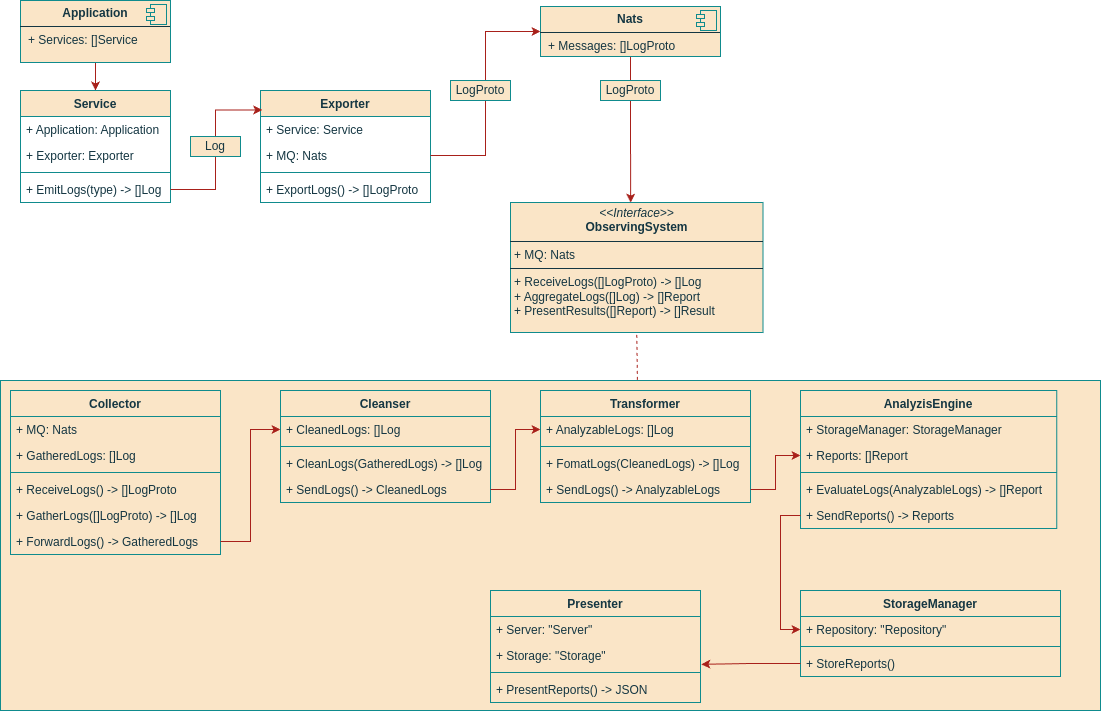
Above: general/mvps/mvp_v1/diagrs/logical_view.png in John321Blacksmith/knowledge_base (draw.io), before the change. Source tidied: cells renumbered, new cells last; positions are measured from the earlier drawing's top-left corner, leaving out a move shared by most shapes.
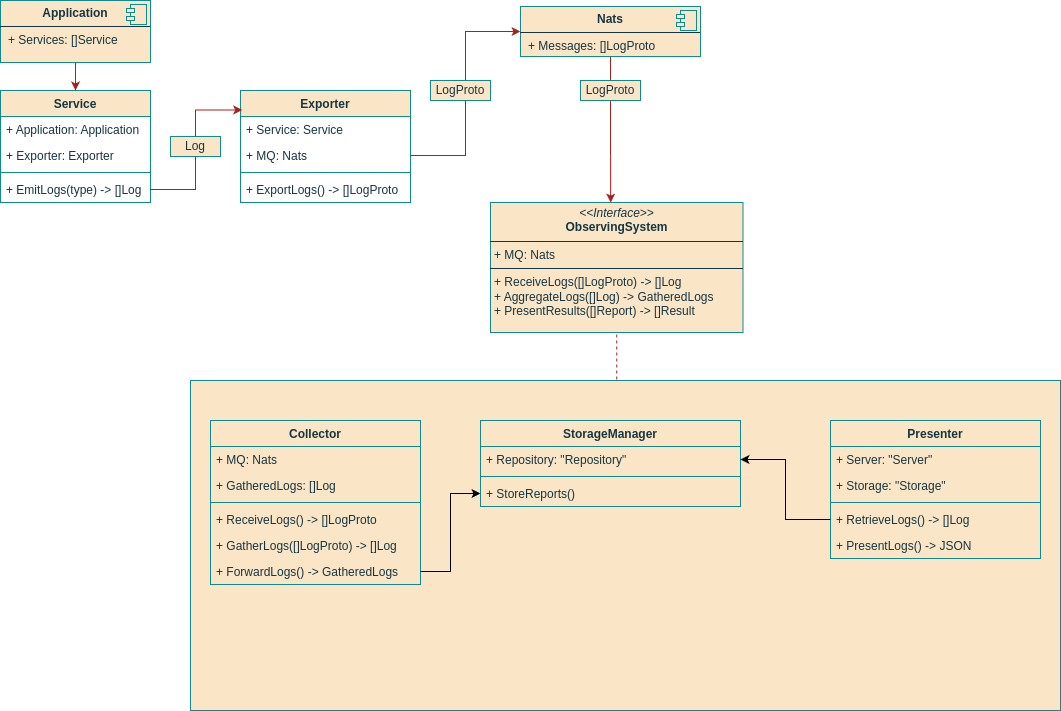
Later version of the same file.

Commit message:
feat: add logical view

What changed in the source:
```diff
@@ -3,7 +3,7 @@
     <mxCell id="0" />
     <mxCell id="1" parent="0" />
     <mxCell id="2" style="rounded=0;whiteSpace=wrap;html=1;labelBackgroundColor=none;fillColor=#FAE5C7;strokeColor=#0F8B8D;fontColor=#143642;" parent="1" vertex="1">
-      <mxGeometry y="380" width="1100" height="330" as="geometry" />
+      <mxGeometry x="210" y="380" width="870" height="330" as="geometry" />
     </mxCell>
     <mxCell id="3" style="edgeStyle=orthogonalEdgeStyle;rounded=0;jettySize=auto;html=1;entryX=0.5;entryY=0;entryDx=0;entryDy=0;labelBackgroundColor=none;strokeColor=#A8201A;fontColor=default;" parent="1" edge="1" source="4" target="6">
       <mxGeometry relative="1" as="geometry" />
@@ -72,26 +72,11 @@
     <mxCell id="23" value="LogProto" style="html=1;whiteSpace=wrap;labelBackgroundColor=none;fillColor=#FAE5C7;strokeColor=#0F8B8D;fontColor=#143642;" parent="1" vertex="1">
       <mxGeometry x="600" y="80" width="60" height="20" as="geometry" />
     </mxCell>
-    <mxCell id="24" value="&lt;p style=&quot;margin:0px;margin-top:4px;text-align:center;&quot;&gt;&lt;i&gt;&amp;lt;&amp;lt;Interface&amp;gt;&amp;gt;&lt;/i&gt;&lt;br&gt;&lt;b&gt;ObservingSystem&lt;/b&gt;&lt;/p&gt;&lt;hr size=&quot;1&quot; style=&quot;border-style:solid;&quot;&gt;&lt;p style=&quot;margin:0px;margin-left:4px;&quot;&gt;+ MQ: Nats&lt;br&gt;&lt;/p&gt;&lt;hr size=&quot;1&quot; style=&quot;border-style:solid;&quot;&gt;&lt;p style=&quot;margin:0px;margin-left:4px;&quot;&gt;+ ReceiveLogs([]LogProto) -&amp;gt; []Log&lt;/p&gt;&lt;p style=&quot;margin:0px;margin-left:4px;&quot;&gt;+ AggregateLogs([]Log) -&amp;gt; []Report&lt;/p&gt;&lt;p style=&quot;margin:0px;margin-left:4px;&quot;&gt;+ PresentResults([]Report) -&amp;gt; []Result&lt;/p&gt;" style="verticalAlign=top;align=left;overflow=fill;html=1;whiteSpace=wrap;labelBackgroundColor=none;fillColor=#FAE5C7;strokeColor=#0F8B8D;fontColor=#143642;" parent="1" vertex="1">
+    <mxCell id="24" value="&lt;p style=&quot;margin:0px;margin-top:4px;text-align:center;&quot;&gt;&lt;i&gt;&amp;lt;&amp;lt;Interface&amp;gt;&amp;gt;&lt;/i&gt;&lt;br&gt;&lt;b&gt;ObservingSystem&lt;/b&gt;&lt;/p&gt;&lt;hr size=&quot;1&quot; style=&quot;border-style:solid;&quot;&gt;&lt;p style=&quot;margin:0px;margin-left:4px;&quot;&gt;+ MQ: Nats&lt;br&gt;&lt;/p&gt;&lt;hr size=&quot;1&quot; style=&quot;border-style:solid;&quot;&gt;&lt;p style=&quot;margin:0px;margin-left:4px;&quot;&gt;+ ReceiveLogs([]LogProto) -&amp;gt; []Log&lt;/p&gt;&lt;p style=&quot;margin:0px;margin-left:4px;&quot;&gt;+ AggregateLogs([]Log) -&amp;gt; GatheredLogs&lt;/p&gt;&lt;p style=&quot;margin:0px;margin-left:4px;&quot;&gt;+ PresentResults([]Report) -&amp;gt; []Result&lt;/p&gt;" style="verticalAlign=top;align=left;overflow=fill;html=1;whiteSpace=wrap;labelBackgroundColor=none;fillColor=#FAE5C7;strokeColor=#0F8B8D;fontColor=#143642;" parent="1" vertex="1">
       <mxGeometry x="510" y="202" width="252.5" height="130" as="geometry" />
     </mxCell>
-    <mxCell id="25" value="Transformer" style="swimlane;fontStyle=1;align=center;verticalAlign=top;horizontal=1;startSize=26;whiteSpace=wrap;html=1;labelBackgroundColor=none;fillColor=#FAE5C7;strokeColor=#0F8B8D;fontColor=#143642;" parent="1" vertex="1">
-      <mxGeometry x="540" y="390" width="210" height="112" as="geometry" />
-    </mxCell>
-    <mxCell id="26" value="+ AnalyzableLogs: []Log" style="text;strokeColor=none;fillColor=none;align=left;verticalAlign=top;spacingLeft=4;spacingRight=4;overflow=hidden;points=[[0,0.5],[1,0.5]];portConstraint=eastwest;whiteSpace=wrap;html=1;labelBackgroundColor=none;fontColor=#143642;" parent="25" vertex="1">
-      <mxGeometry y="26" width="210" height="26" as="geometry" />
-    </mxCell>
-    <mxCell id="27" style="line;strokeWidth=1;fillColor=none;align=left;verticalAlign=middle;spacingTop=-1;spacingLeft=3;spacingRight=3;labelPosition=right;strokeColor=#0F8B8D;labelBackgroundColor=none;fontColor=#143642;" parent="25" vertex="1">
-      <mxGeometry y="52" width="210" height="8" as="geometry" />
-    </mxCell>
-    <mxCell id="28" value="+ FomatLogs(CleanedLogs) -&amp;gt; []Log" style="text;strokeColor=none;fillColor=none;align=left;verticalAlign=top;spacingLeft=4;spacingRight=4;overflow=hidden;whiteSpace=wrap;html=1;labelBackgroundColor=none;fontColor=#143642;" parent="25" vertex="1">
-      <mxGeometry y="60" width="210" height="26" as="geometry" />
-    </mxCell>
-    <mxCell id="29" value="+ SendLogs() -&amp;gt; AnalyzableLogs" style="text;strokeColor=none;fillColor=none;align=left;verticalAlign=top;spacingLeft=4;spacingRight=4;overflow=hidden;points=[[0,0.5],[1,0.5]];portConstraint=eastwest;whiteSpace=wrap;html=1;labelBackgroundColor=none;fontColor=#143642;" parent="25" vertex="1">
-      <mxGeometry y="86" width="210" height="26" as="geometry" />
-    </mxCell>
     <mxCell id="30" value="Presenter" style="swimlane;fontStyle=1;align=center;verticalAlign=top;horizontal=1;startSize=26;whiteSpace=wrap;html=1;labelBackgroundColor=none;fillColor=#FAE5C7;strokeColor=#0F8B8D;fontColor=#143642;" parent="1" vertex="1">
-      <mxGeometry x="490" y="590" width="210" height="112" as="geometry" />
+      <mxGeometry x="850" y="420" width="210" height="138" as="geometry" />
     </mxCell>
     <mxCell id="31" value="+ Server: &quot;Server&quot;" style="text;strokeColor=none;fillColor=none;align=left;verticalAlign=top;spacingLeft=4;spacingRight=4;overflow=hidden;whiteSpace=wrap;html=1;labelBackgroundColor=none;fontColor=#143642;" parent="30" vertex="1">
       <mxGeometry y="26" width="210" height="26" as="geometry" />
@@ -102,44 +87,14 @@
     <mxCell id="33" style="line;strokeWidth=1;fillColor=none;align=left;verticalAlign=middle;spacingTop=-1;spacingLeft=3;spacingRight=3;labelPosition=right;strokeColor=#0F8B8D;labelBackgroundColor=none;fontColor=#143642;" parent="30" vertex="1">
       <mxGeometry y="78" width="210" height="8" as="geometry" />
     </mxCell>
-    <mxCell id="34" value="+ PresentReports() -&amp;gt; JSON" style="text;strokeColor=none;fillColor=none;align=left;verticalAlign=top;spacingLeft=4;spacingRight=4;overflow=hidden;points=[[0,0.5],[1,0.5]];portConstraint=eastwest;whiteSpace=wrap;html=1;labelBackgroundColor=none;fontColor=#143642;" parent="30" vertex="1">
+    <mxCell id="34" value="+ RetrieveLogs() -&amp;gt; []Log" style="text;strokeColor=none;fillColor=none;align=left;verticalAlign=top;spacingLeft=4;spacingRight=4;overflow=hidden;points=[[0,0.5],[1,0.5]];portConstraint=eastwest;whiteSpace=wrap;html=1;labelBackgroundColor=none;fontColor=#143642;" parent="30" vertex="1">
       <mxGeometry y="86" width="210" height="26" as="geometry" />
     </mxCell>
-    <mxCell id="35" value="AnalyzisEngine" style="swimlane;fontStyle=1;align=center;verticalAlign=top;horizontal=1;startSize=26;whiteSpace=wrap;html=1;labelBackgroundColor=none;fillColor=#FAE5C7;strokeColor=#0F8B8D;fontColor=#143642;" parent="1" vertex="1">
-      <mxGeometry x="800" y="390" width="256.2" height="138" as="geometry" />
-    </mxCell>
-    <mxCell id="36" value="+ StorageManager: StorageManager" style="text;strokeColor=none;fillColor=none;align=left;verticalAlign=top;spacingLeft=4;spacingRight=4;overflow=hidden;whiteSpace=wrap;html=1;labelBackgroundColor=none;fontColor=#143642;" parent="35" vertex="1">
-      <mxGeometry y="26" width="256.2" height="26" as="geometry" />
-    </mxCell>
-    <mxCell id="37" value="+ Reports: []Report" style="text;strokeColor=none;fillColor=none;align=left;verticalAlign=top;spacingLeft=4;spacingRight=4;overflow=hidden;points=[[0,0.5],[1,0.5]];portConstraint=eastwest;whiteSpace=wrap;html=1;labelBackgroundColor=none;fontColor=#143642;" parent="35" vertex="1">
-      <mxGeometry y="52" width="256.2" height="26" as="geometry" />
-    </mxCell>
-    <mxCell id="38" style="line;strokeWidth=1;fillColor=none;align=left;verticalAlign=middle;spacingTop=-1;spacingLeft=3;spacingRight=3;labelPosition=right;strokeColor=#0F8B8D;labelBackgroundColor=none;fontColor=#143642;" parent="35" vertex="1">
-      <mxGeometry y="78" width="256.2" height="8" as="geometry" />
-    </mxCell>
-    <mxCell id="39" value="+ EvaluateLogs(AnalyzableLogs) -&amp;gt; []Report" style="text;strokeColor=none;fillColor=none;align=left;verticalAlign=top;spacingLeft=4;spacingRight=4;overflow=hidden;whiteSpace=wrap;html=1;labelBackgroundColor=none;fontColor=#143642;" parent="35" vertex="1">
-      <mxGeometry y="86" width="256.2" height="26" as="geometry" />
-    </mxCell>
-    <mxCell id="40" value="+ SendReports() -&amp;gt; Reports" style="text;strokeColor=none;fillColor=none;align=left;verticalAlign=top;spacingLeft=4;spacingRight=4;overflow=hidden;points=[[0,0.5],[1,0.5]];portConstraint=eastwest;whiteSpace=wrap;html=1;labelBackgroundColor=none;fontColor=#143642;" parent="35" vertex="1">
-      <mxGeometry y="112" width="256.2" height="26" as="geometry" />
-    </mxCell>
-    <mxCell id="41" value="Cleanser" style="swimlane;fontStyle=1;align=center;verticalAlign=top;horizontal=1;startSize=26;whiteSpace=wrap;html=1;labelBackgroundColor=none;fillColor=#FAE5C7;strokeColor=#0F8B8D;fontColor=#143642;" parent="1" vertex="1">
-      <mxGeometry x="280" y="390" width="210" height="112" as="geometry" />
-    </mxCell>
-    <mxCell id="42" value="+ CleanedLogs: []Log" style="text;strokeColor=none;fillColor=none;align=left;verticalAlign=top;spacingLeft=4;spacingRight=4;overflow=hidden;points=[[0,0.5],[1,0.5]];portConstraint=eastwest;whiteSpace=wrap;html=1;labelBackgroundColor=none;fontColor=#143642;" parent="41" vertex="1">
-      <mxGeometry y="26" width="210" height="26" as="geometry" />
-    </mxCell>
-    <mxCell id="43" style="line;strokeWidth=1;fillColor=none;align=left;verticalAlign=middle;spacingTop=-1;spacingLeft=3;spacingRight=3;labelPosition=right;strokeColor=#0F8B8D;labelBackgroundColor=none;fontColor=#143642;" parent="41" vertex="1">
-      <mxGeometry y="52" width="210" height="8" as="geometry" />
-    </mxCell>
-    <mxCell id="44" value="+ CleanLogs(GatheredLogs) -&amp;gt; []Log" style="text;strokeColor=none;fillColor=none;align=left;verticalAlign=top;spacingLeft=4;spacingRight=4;overflow=hidden;whiteSpace=wrap;html=1;labelBackgroundColor=none;fontColor=#143642;" parent="41" vertex="1">
-      <mxGeometry y="60" width="210" height="26" as="geometry" />
-    </mxCell>
-    <mxCell id="45" value="+ SendLogs() -&amp;gt; CleanedLogs" style="text;strokeColor=none;fillColor=none;align=left;verticalAlign=top;spacingLeft=4;spacingRight=4;overflow=hidden;points=[[0,0.5],[1,0.5]];portConstraint=eastwest;whiteSpace=wrap;html=1;labelBackgroundColor=none;fontColor=#143642;" parent="41" vertex="1">
-      <mxGeometry y="86" width="210" height="26" as="geometry" />
-    </mxCell>
+    <mxCell id="63" value="+ PresentLogs() -&amp;gt; JSON" style="text;strokeColor=none;fillColor=none;align=left;verticalAlign=top;spacingLeft=4;spacingRight=4;overflow=hidden;whiteSpace=wrap;html=1;labelBackgroundColor=none;fontColor=#143642;" parent="30" vertex="1">
+      <mxGeometry y="112" width="210" height="26" as="geometry" />
+    </mxCell>
     <mxCell id="46" value="Collector" style="swimlane;fontStyle=1;align=center;verticalAlign=top;horizontal=1;startSize=26;whiteSpace=wrap;html=1;labelBackgroundColor=none;fillColor=#FAE5C7;strokeColor=#0F8B8D;fontColor=#143642;" parent="1" vertex="1">
-      <mxGeometry x="10" y="390" width="210" height="164" as="geometry" />
+      <mxGeometry x="230" y="420" width="210" height="164" as="geometry" />
     </mxCell>
     <mxCell id="47" value="+ MQ: Nats" style="text;strokeColor=none;fillColor=none;align=left;verticalAlign=top;spacingLeft=4;spacingRight=4;overflow=hidden;whiteSpace=wrap;html=1;labelBackgroundColor=none;fontColor=#143642;" parent="46" vertex="1">
       <mxGeometry y="26" width="210" height="26" as="geometry" />
@@ -160,7 +115,7 @@
       <mxGeometry y="138" width="210" height="26" as="geometry" />
     </mxCell>
     <mxCell id="53" value="StorageManager" style="swimlane;fontStyle=1;align=center;verticalAlign=top;horizontal=1;startSize=26;whiteSpace=wrap;html=1;labelBackgroundColor=none;fillColor=#FAE5C7;strokeColor=#0F8B8D;fontColor=#143642;" parent="1" vertex="1">
-      <mxGeometry x="800" y="590" width="260" height="86" as="geometry" />
+      <mxGeometry x="500" y="420" width="260" height="86" as="geometry" />
     </mxCell>
     <mxCell id="54" value="+ Repository: &quot;Repository&quot;" style="text;strokeColor=none;fillColor=none;align=left;verticalAlign=top;spacingLeft=4;spacingRight=4;overflow=hidden;points=[[0,0.5],[1,0.5]];portConstraint=eastwest;whiteSpace=wrap;html=1;labelBackgroundColor=none;fontColor=#143642;" parent="53" vertex="1">
       <mxGeometry y="26" width="260" height="26" as="geometry" />
@@ -171,23 +126,14 @@
     <mxCell id="56" value="+ StoreReports()" style="text;strokeColor=none;fillColor=none;align=left;verticalAlign=top;spacingLeft=4;spacingRight=4;overflow=hidden;points=[[0,0.5],[1,0.5]];portConstraint=eastwest;whiteSpace=wrap;html=1;labelBackgroundColor=none;fontColor=#143642;" parent="53" vertex="1">
       <mxGeometry y="60" width="260" height="26" as="geometry" />
     </mxCell>
-    <mxCell id="57" style="edgeStyle=orthogonalEdgeStyle;rounded=0;jettySize=auto;html=1;entryX=0;entryY=0.5;entryDx=0;entryDy=0;labelBackgroundColor=none;strokeColor=#A8201A;fontColor=default;" parent="1" edge="1" source="52" target="42">
-      <mxGeometry relative="1" as="geometry" />
-    </mxCell>
-    <mxCell id="58" style="edgeStyle=orthogonalEdgeStyle;rounded=0;jettySize=auto;html=1;entryX=0;entryY=0.5;entryDx=0;entryDy=0;labelBackgroundColor=none;strokeColor=#A8201A;fontColor=default;" parent="1" edge="1" source="45" target="26">
-      <mxGeometry relative="1" as="geometry" />
-    </mxCell>
-    <mxCell id="59" style="edgeStyle=orthogonalEdgeStyle;rounded=0;jettySize=auto;html=1;entryX=0;entryY=0.5;entryDx=0;entryDy=0;labelBackgroundColor=none;strokeColor=#A8201A;fontColor=default;" parent="1" edge="1" source="29" target="37">
-      <mxGeometry relative="1" as="geometry" />
-    </mxCell>
-    <mxCell id="60" style="edgeStyle=orthogonalEdgeStyle;rounded=0;jettySize=auto;html=1;exitX=0;exitY=0.5;exitDx=0;exitDy=0;entryX=0;entryY=0.5;entryDx=0;entryDy=0;labelBackgroundColor=none;strokeColor=#A8201A;fontColor=default;" parent="1" edge="1" source="40" target="54">
-      <mxGeometry relative="1" as="geometry" />
-    </mxCell>
-    <mxCell id="61" style="edgeStyle=orthogonalEdgeStyle;rounded=0;jettySize=auto;html=1;exitX=0;exitY=0.5;exitDx=0;exitDy=0;entryX=1.004;entryY=0.839;entryDx=0;entryDy=0;entryPerimeter=0;labelBackgroundColor=none;strokeColor=#A8201A;fontColor=default;" parent="1" edge="1" source="56" target="32">
-      <mxGeometry relative="1" as="geometry" />
-    </mxCell>
-    <mxCell id="62" style="endArrow=none;dashed=1;html=1;rounded=0;strokeColor=#A8201A;fontColor=#143642;fillColor=#FAE5C7;exitX=0.579;exitY=-0.002;exitDx=0;exitDy=0;exitPerimeter=0;entryX=0.5;entryY=1;entryDx=0;entryDy=0;" parent="1" edge="1" source="2" target="24">
+    <mxCell id="62" style="endArrow=none;dashed=1;html=1;rounded=0;strokeColor=#A8201A;fontColor=#143642;fillColor=#FAE5C7;entryX=0.5;entryY=1;entryDx=0;entryDy=0;exitX=0.49;exitY=-0.003;exitDx=0;exitDy=0;exitPerimeter=0;" parent="1" edge="1" source="2" target="24">
       <mxGeometry relative="1" as="geometry" />
     </mxCell>
+    <mxCell id="64" style="edgeStyle=orthogonalEdgeStyle;rounded=0;jettySize=auto;html=1;exitX=1;exitY=0.5;exitDx=0;exitDy=0;" parent="1" edge="1" source="52" target="56">
+      <mxGeometry relative="1" as="geometry" />
+    </mxCell>
+    <mxCell id="65" style="edgeStyle=orthogonalEdgeStyle;rounded=0;jettySize=auto;html=1;" parent="1" edge="1" source="34" target="54">
+      <mxGeometry relative="1" as="geometry" />
+    </mxCell>
   </root>
 </mxGraphModel>
```
